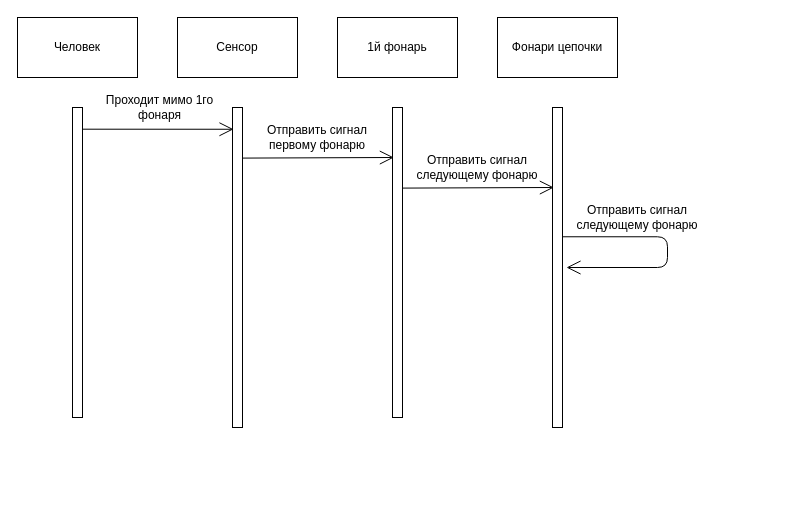
yanelena/diagrams keeps this draw.io diagram as page "Page-4" (4 of 8) of condition.drawio. Above is the earlier version. Source tidied: cells renumbered, new cells numbered last; positions are measured from the earlier drawing's top-left corner, leaving out a move shared by most shapes. Both pictures are drawn from the tidied source at 100%, with x=0, y=0 at pixel (17, 17).
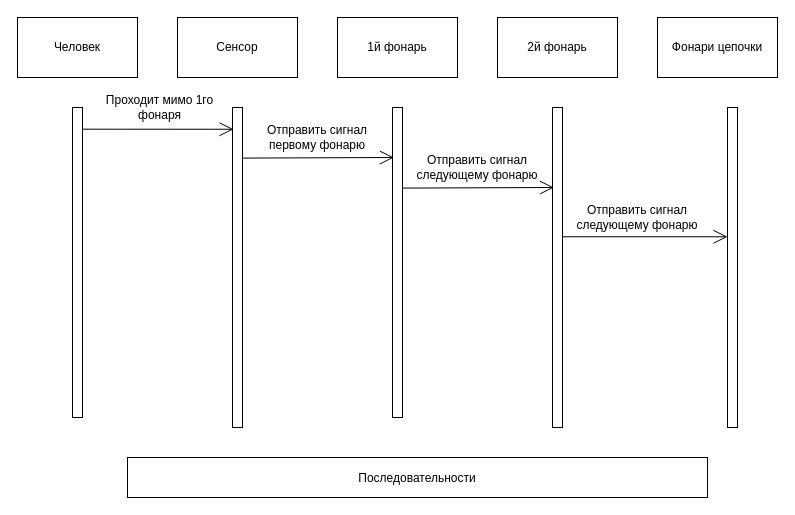
The same page after the edit.

The change refers to these unchanged cells:
```xml
<mxCell id="13" style="html=1;points=[];perimeter=orthogonalPerimeter;" parent="1" vertex="1">
  <mxGeometry x="535" y="90" width="10" height="320" as="geometry" />
</mxCell>
```

The edit, as a diff of the source:
```diff
@@
-    <mxCell id="12" value="Фонари цепочки" style="rounded=0;whiteSpace=wrap;html=1;" parent="1" vertex="1">
+    <mxCell id="12" value="2й фонарь" style="rounded=0;whiteSpace=wrap;html=1;" parent="1" vertex="1">
       <mxGeometry x="480" width="120" height="60" as="geometry" />
     </mxCell>
@@
-    <mxCell id="16" style="endArrow=open;endFill=1;endSize=12;html=1;exitX=1.043;exitY=0.404;exitDx=0;exitDy=0;exitPerimeter=0;edgeStyle=elbowEdgeStyle;" parent="1" edge="1" source="13">
-      <mxGeometry relative="1" as="geometry">
-        <mxPoint x="549" y="250" as="targetPoint" />
-        <Array as="points">
-          <mxPoint x="650" y="290" />
-          <mxPoint x="650" y="230" />
-        </Array>
-      </mxGeometry>
+    <mxCell id="16" style="endArrow=open;endFill=1;endSize=12;html=1;exitX=1.043;exitY=0.404;exitDx=0;exitDy=0;exitPerimeter=0;" parent="1" edge="1" source="13" target="20">
+      <mxGeometry relative="1" as="geometry" />
     </mxCell>
@@
+    <mxCell id="18" value="Последовательности" style="text;align=center;verticalAlign=middle;dashed=0;fillColor=#ffffff;strokeColor=#000000;" parent="1" vertex="1">
+      <mxGeometry x="110" y="440" width="580" height="40" as="geometry" />
+    </mxCell>
+    <mxCell id="19" value="Фонари цепочки" style="rounded=0;whiteSpace=wrap;html=1;" parent="1" vertex="1">
+      <mxGeometry x="640" width="120" height="60" as="geometry" />
+    </mxCell>
+    <mxCell id="20" style="html=1;points=[];perimeter=orthogonalPerimeter;" parent="1" vertex="1">
+      <mxGeometry x="710" y="90" width="10" height="320" as="geometry" />
+    </mxCell>
```
